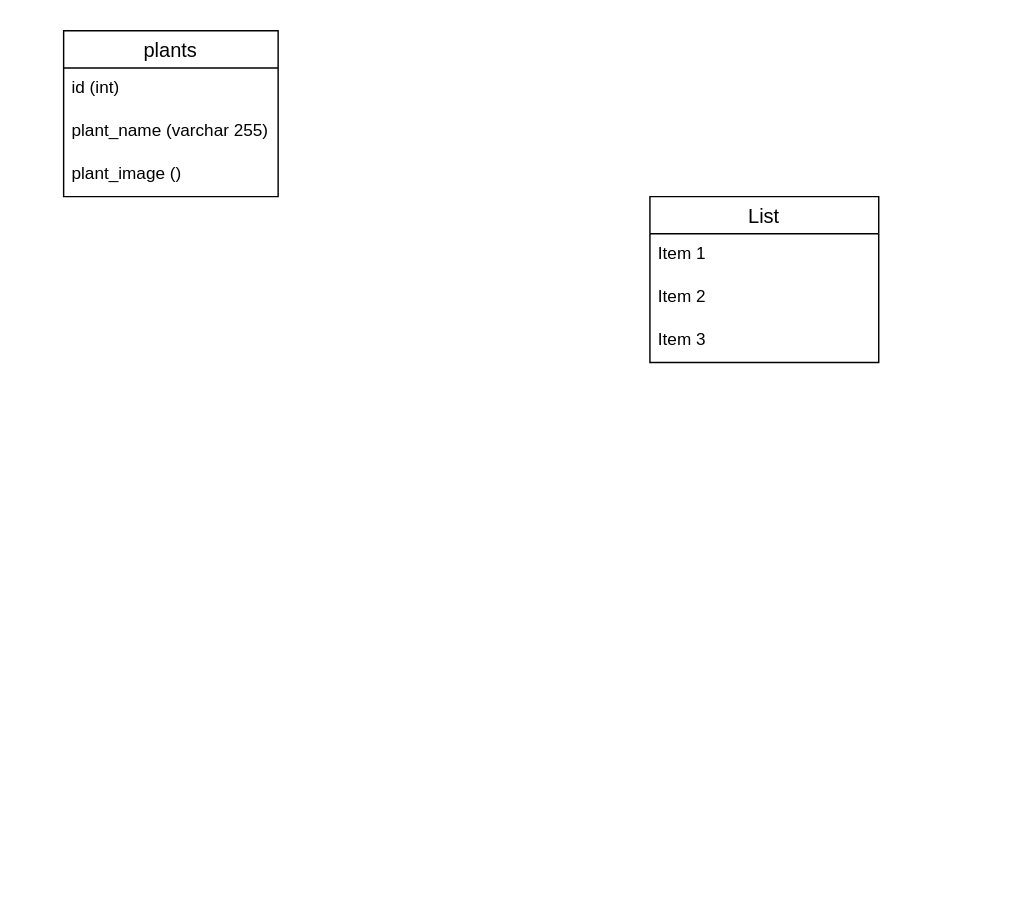
TrangPham93/plantbee keeps this draw.io diagram as ERD.drawio. Above is the earlier version. Source tidied: cells renumbered, new cells numbered last; positions are measured from the earlier drawing's top-left corner, leaving out a move shared by most shapes. Both pictures are drawn from the tidied source at 143%, with x=0, y=0 at pixel (63, 30).
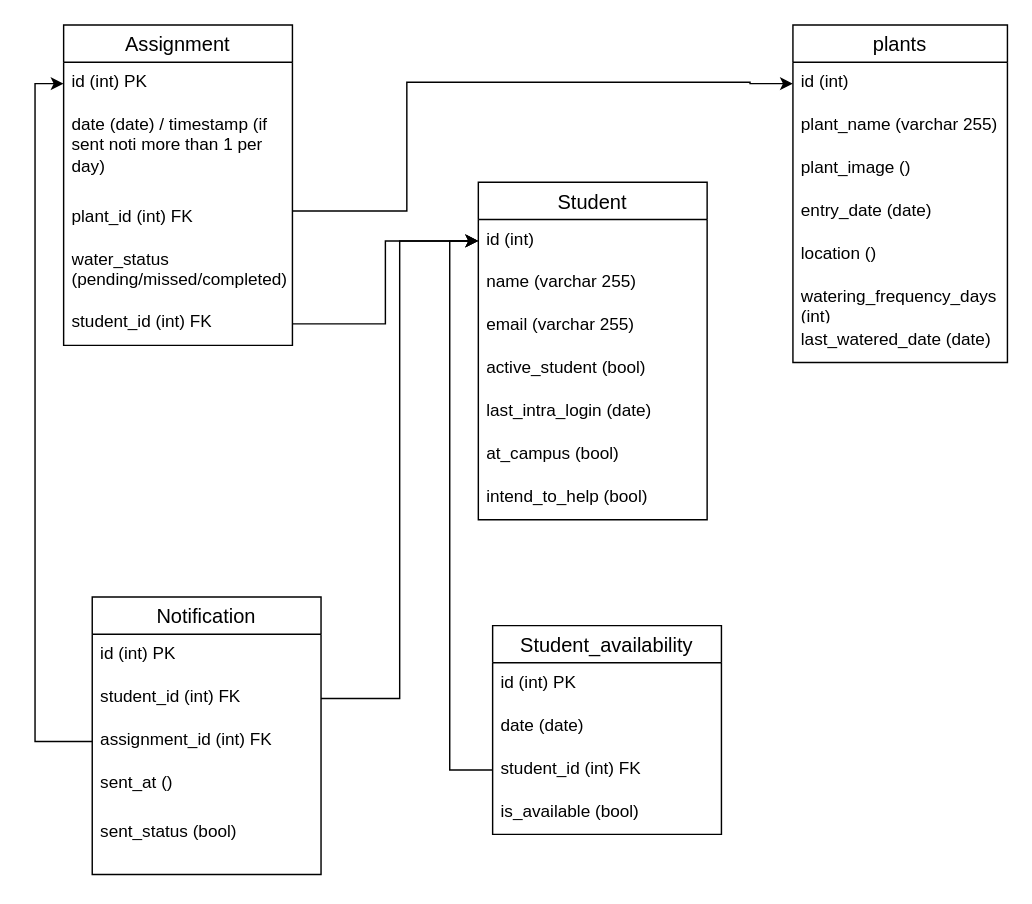
Above is the later version.

The change refers to these unchanged cells:
```xml
<mxCell id="3" value="id (&lt;span style=&quot;white-space: pre;&quot;&gt;int)&lt;/span&gt;" style="text;strokeColor=none;fillColor=none;spacingLeft=4;spacingRight=4;overflow=hidden;points=[[0,0.5],[1,0.5]];portConstraint=eastwest;fontSize=12;whiteSpace=wrap;html=1;" parent="2" vertex="1">
  <mxGeometry y="26" width="150" height="30" as="geometry" />
</mxCell>
```

Change to the diagram source:
```diff
@@
     <mxCell id="2" value="plants" style="swimlane;fontStyle=0;horizontal=1;startSize=26;align=center;fontSize=14;" parent="1" vertex="1">
-      <mxGeometry width="150" height="116" as="geometry" />
+      <mxGeometry x="510" y="-4" width="150" height="236" as="geometry" />
     </mxCell>
@@
+    <mxCell id="10" value="&lt;div&gt;entry_date (date)&lt;/div&gt;&lt;div&gt;&lt;span style=&quot;white-space: pre;&quot;&gt;&#9;&lt;/span&gt;&lt;span style=&quot;white-space: pre;&quot;&gt;&#9;&lt;/span&gt;&lt;span style=&quot;white-space: pre;&quot;&gt;&#9;&lt;/span&gt;&lt;span style=&quot;white-space: pre;&quot;&gt;&#9;&lt;/span&gt;&lt;span style=&quot;white-space: pre;&quot;&gt;&#9;&lt;/span&gt;&lt;span style=&quot;white-space: pre;&quot;&gt;&#9;&lt;/span&gt;&lt;br&gt;&lt;/div&gt;" style="text;strokeColor=none;fillColor=none;spacingLeft=4;spacingRight=4;overflow=hidden;fontSize=12;whiteSpace=wrap;html=1;" parent="2" vertex="1">
+      <mxGeometry y="116" width="150" height="30" as="geometry" />
+    </mxCell>
+    <mxCell id="11" value="&lt;div&gt;location ()&lt;/div&gt;&lt;div&gt;&lt;span style=&quot;white-space: pre;&quot;&gt;&#9;&lt;/span&gt;&lt;span style=&quot;white-space: pre;&quot;&gt;&#9;&lt;/span&gt;&lt;span style=&quot;white-space: pre;&quot;&gt;&#9;&lt;/span&gt;&lt;span style=&quot;white-space: pre;&quot;&gt;&#9;&lt;/span&gt;&lt;span style=&quot;white-space: pre;&quot;&gt;&#9;&lt;/span&gt;&lt;span style=&quot;white-space: pre;&quot;&gt;&#9;&lt;/span&gt;&lt;br&gt;&lt;/div&gt;" style="text;strokeColor=none;fillColor=none;spacingLeft=4;spacingRight=4;overflow=hidden;fontSize=12;whiteSpace=wrap;html=1;" parent="2" vertex="1">
+      <mxGeometry y="146" width="150" height="30" as="geometry" />
+    </mxCell>
+    <mxCell id="12" value="watering_frequency_days (int)" style="text;strokeColor=none;fillColor=none;spacingLeft=4;spacingRight=4;overflow=hidden;fontSize=12;whiteSpace=wrap;html=1;" parent="2" vertex="1">
+      <mxGeometry y="176" width="150" height="30" as="geometry" />
+    </mxCell>
+    <mxCell id="13" value="last_watered_date (date)" style="text;strokeColor=none;fillColor=none;spacingLeft=4;spacingRight=4;overflow=hidden;fontSize=12;whiteSpace=wrap;html=1;" parent="2" vertex="1">
+      <mxGeometry y="206" width="150" height="30" as="geometry" />
+    </mxCell>
-    <mxCell id="6" value="List" style="swimlane;fontStyle=0;horizontal=1;startSize=26;align=center;fontSize=14;" parent="1" vertex="1">
-      <mxGeometry x="410" y="116" width="160" height="116" as="geometry" />
+    <mxCell id="6" value="Student" style="swimlane;fontStyle=0;horizontal=1;startSize=26;align=center;fontSize=14;" parent="1" vertex="1">
+      <mxGeometry x="290" y="106" width="160" height="236" as="geometry" />
     </mxCell>
-    <mxCell id="7" value="Item 1" style="text;strokeColor=none;fillColor=none;spacingLeft=4;spacingRight=4;overflow=hidden;points=[[0,0.5],[1,0.5]];portConstraint=eastwest;fontSize=12;whiteSpace=wrap;html=1;" parent="6" vertex="1">
+    <mxCell id="7" value="id (int)" style="text;strokeColor=none;fillColor=none;spacingLeft=4;spacingRight=4;overflow=hidden;points=[[0,0.5],[1,0.5]];portConstraint=eastwest;fontSize=12;whiteSpace=wrap;html=1;" parent="6" vertex="1">
       <mxGeometry y="26" width="160" height="30" as="geometry" />
     </mxCell>
-    <mxCell id="8" value="Item 2" style="text;strokeColor=none;fillColor=none;spacingLeft=4;spacingRight=4;overflow=hidden;fontSize=12;whiteSpace=wrap;html=1;" parent="6" vertex="1">
+    <mxCell id="8" value="name (varchar 255)" style="text;strokeColor=none;fillColor=none;spacingLeft=4;spacingRight=4;overflow=hidden;fontSize=12;whiteSpace=wrap;html=1;" parent="6" vertex="1">
       <mxGeometry y="56" width="160" height="30" as="geometry" />
     </mxCell>
-    <mxCell id="9" value="Item 3" style="text;strokeColor=none;fillColor=none;spacingLeft=4;spacingRight=4;overflow=hidden;fontSize=12;whiteSpace=wrap;html=1;" parent="6" vertex="1">
+    <mxCell id="9" value="email (varchar 255)" style="text;strokeColor=none;fillColor=none;spacingLeft=4;spacingRight=4;overflow=hidden;fontSize=12;whiteSpace=wrap;html=1;" parent="6" vertex="1">
       <mxGeometry y="86" width="160" height="30" as="geometry" />
     </mxCell>
+    <mxCell id="14" value="active_student (bool)" style="text;strokeColor=none;fillColor=none;spacingLeft=4;spacingRight=4;overflow=hidden;fontSize=12;whiteSpace=wrap;html=1;" parent="6" vertex="1">
+      <mxGeometry y="116" width="160" height="30" as="geometry" />
+    </mxCell>
+    <mxCell id="15" value="last_intra_login (date)" style="text;strokeColor=none;fillColor=none;spacingLeft=4;spacingRight=4;overflow=hidden;fontSize=12;whiteSpace=wrap;html=1;" parent="6" vertex="1">
+      <mxGeometry y="146" width="160" height="30" as="geometry" />
+    </mxCell>
+    <mxCell id="16" value="at_campus (bool)" style="text;strokeColor=none;fillColor=none;spacingLeft=4;spacingRight=4;overflow=hidden;fontSize=12;whiteSpace=wrap;html=1;" parent="6" vertex="1">
+      <mxGeometry y="176" width="160" height="30" as="geometry" />
+    </mxCell>
+    <mxCell id="17" value="intend_to_help (bool)" style="text;strokeColor=none;fillColor=none;spacingLeft=4;spacingRight=4;overflow=hidden;fontSize=12;whiteSpace=wrap;html=1;" parent="6" vertex="1">
+      <mxGeometry y="206" width="160" height="30" as="geometry" />
+    </mxCell>
+    <mxCell id="18" value="Assignment" style="swimlane;fontStyle=0;horizontal=1;startSize=26;align=center;fontSize=14;" parent="1" vertex="1">
+      <mxGeometry y="-4" width="160" height="224" as="geometry" />
+    </mxCell>
+    <mxCell id="19" value="id (int) PK" style="text;strokeColor=none;fillColor=none;spacingLeft=4;spacingRight=4;overflow=hidden;points=[[0,0.5],[1,0.5]];portConstraint=eastwest;fontSize=12;whiteSpace=wrap;html=1;" parent="18" vertex="1">
+      <mxGeometry y="26" width="160" height="30" as="geometry" />
+    </mxCell>
+    <mxCell id="20" value="&lt;div&gt;date (date) / timestamp (if sent noti more than 1 per day)&lt;/div&gt;&lt;div&gt;&lt;br&gt;&lt;/div&gt;" style="text;strokeColor=none;fillColor=none;spacingLeft=4;spacingRight=4;overflow=hidden;fontSize=12;whiteSpace=wrap;html=1;" parent="18" vertex="1">
+      <mxGeometry y="56" width="160" height="64" as="geometry" />
+    </mxCell>
+    <mxCell id="21" value="plant_id (int) FK" style="text;strokeColor=none;fillColor=none;spacingLeft=4;spacingRight=4;overflow=hidden;points=[[0,0.5],[1,0.5]];portConstraint=eastwest;fontSize=12;whiteSpace=wrap;html=1;" parent="18" vertex="1">
+      <mxGeometry y="120" width="160" height="30" as="geometry" />
+    </mxCell>
+    <mxCell id="22" value="water_status (pending/missed/completed)" style="text;strokeColor=none;fillColor=none;spacingLeft=4;spacingRight=4;overflow=hidden;fontSize=12;whiteSpace=wrap;html=1;" parent="18" vertex="1">
+      <mxGeometry y="150" width="160" height="44" as="geometry" />
+    </mxCell>
+    <mxCell id="23" value="student_id (int) FK" style="text;strokeColor=none;fillColor=none;spacingLeft=4;spacingRight=4;overflow=hidden;points=[[0,0.5,0,0,0],[1,0.5,0,0,0]];portConstraint=eastwest;fontSize=12;whiteSpace=wrap;html=1;" parent="18" vertex="1">
+      <mxGeometry y="194" width="160" height="30" as="geometry" />
+    </mxCell>
+    <mxCell id="24" value="Student_availability" style="swimlane;fontStyle=0;horizontal=1;startSize=26;align=center;fontSize=14;" parent="1" vertex="1">
+      <mxGeometry x="300" y="416" width="160" height="146" as="geometry" />
+    </mxCell>
+    <mxCell id="25" value="id (int) PK" style="text;strokeColor=none;fillColor=none;spacingLeft=4;spacingRight=4;overflow=hidden;fontSize=12;whiteSpace=wrap;html=1;" parent="24" vertex="1">
+      <mxGeometry y="26" width="160" height="30" as="geometry" />
+    </mxCell>
+    <mxCell id="26" value="date (date)" style="text;strokeColor=none;fillColor=none;spacingLeft=4;spacingRight=4;overflow=hidden;fontSize=12;whiteSpace=wrap;html=1;" parent="24" vertex="1">
+      <mxGeometry y="56" width="160" height="30" as="geometry" />
+    </mxCell>
+    <mxCell id="27" value="student_id (int) FK" style="text;strokeColor=none;fillColor=none;spacingLeft=4;spacingRight=4;overflow=hidden;points=[[0,0.5],[1,0.5]];portConstraint=eastwest;fontSize=12;whiteSpace=wrap;html=1;" parent="24" vertex="1">
+      <mxGeometry y="86" width="160" height="30" as="geometry" />
+    </mxCell>
+    <mxCell id="28" value="is_available (bool)" style="text;strokeColor=none;fillColor=none;spacingLeft=4;spacingRight=4;overflow=hidden;fontSize=12;whiteSpace=wrap;html=1;" parent="24" vertex="1">
+      <mxGeometry y="116" width="160" height="30" as="geometry" />
+    </mxCell>
+    <mxCell id="29" style="edgeStyle=orthogonalEdgeStyle;rounded=0;jettySize=auto;html=1;entryX=0;entryY=0.5;entryDx=0;entryDy=0;" parent="1" edge="1" source="27" target="7">
+      <mxGeometry relative="1" as="geometry" />
+    </mxCell>
+    <mxCell id="30" style="edgeStyle=orthogonalEdgeStyle;rounded=0;jettySize=auto;html=1;" parent="1" edge="1" source="21" target="3">
+      <mxGeometry relative="1" as="geometry">
+        <Array as="points">
+          <mxPoint x="240" y="126" />
+          <mxPoint x="240" y="36" />
+          <mxPoint x="480" y="36" />
+          <mxPoint x="480" y="37" />
+        </Array>
+      </mxGeometry>
+    </mxCell>
+    <mxCell id="31" style="edgeStyle=orthogonalEdgeStyle;rounded=0;jettySize=auto;html=1;entryX=0;entryY=0.5;entryDx=0;entryDy=0;" parent="1" edge="1" source="23" target="7">
+      <mxGeometry relative="1" as="geometry" />
+    </mxCell>
+    <mxCell id="32" value="Notification" style="swimlane;fontStyle=0;horizontal=1;startSize=26;align=center;fontSize=14;" parent="1" vertex="1">
+      <mxGeometry x="20" y="396" width="160" height="194" as="geometry" />
+    </mxCell>
+    <mxCell id="33" value="id (int) PK" style="text;strokeColor=none;fillColor=none;spacingLeft=4;spacingRight=4;overflow=hidden;fontSize=12;whiteSpace=wrap;html=1;" parent="32" vertex="1">
+      <mxGeometry y="26" width="160" height="30" as="geometry" />
+    </mxCell>
+    <mxCell id="34" value="student_id (int) FK" style="text;strokeColor=none;fillColor=none;spacingLeft=4;spacingRight=4;overflow=hidden;points=[[0,0.5,0,0,0],[1,0.5,0,0,0]];portConstraint=eastwest;fontSize=12;whiteSpace=wrap;html=1;" parent="32" vertex="1">
+      <mxGeometry y="56" width="160" height="30" as="geometry" />
+    </mxCell>
+    <mxCell id="35" value="assignment_id (int) FK" style="text;strokeColor=none;fillColor=none;spacingLeft=4;spacingRight=4;overflow=hidden;points=[[0,0.5],[1,0.5]];portConstraint=eastwest;fontSize=12;whiteSpace=wrap;html=1;" parent="32" vertex="1">
+      <mxGeometry y="86" width="160" height="30" as="geometry" />
+    </mxCell>
+    <mxCell id="36" value="sent_at ()" style="text;strokeColor=none;fillColor=none;spacingLeft=4;spacingRight=4;overflow=hidden;fontSize=12;whiteSpace=wrap;html=1;" parent="32" vertex="1">
+      <mxGeometry y="116" width="160" height="34" as="geometry" />
+    </mxCell>
+    <mxCell id="37" value="sent_status (bool)" style="text;strokeColor=none;fillColor=none;spacingLeft=4;spacingRight=4;overflow=hidden;fontSize=12;whiteSpace=wrap;html=1;" parent="32" vertex="1">
+      <mxGeometry y="150" width="160" height="44" as="geometry" />
+    </mxCell>
+    <mxCell id="38" style="edgeStyle=orthogonalEdgeStyle;rounded=0;jettySize=auto;html=1;entryX=0;entryY=0.5;entryDx=0;entryDy=0;" parent="1" edge="1" source="34" target="7">
+      <mxGeometry relative="1" as="geometry" />
+    </mxCell>
+    <mxCell id="39" style="edgeStyle=orthogonalEdgeStyle;rounded=0;jettySize=auto;html=1;entryX=0;entryY=0.5;entryDx=0;entryDy=0;" parent="1" edge="1" source="35" target="19">
+      <mxGeometry relative="1" as="geometry" />
+    </mxCell>
```
